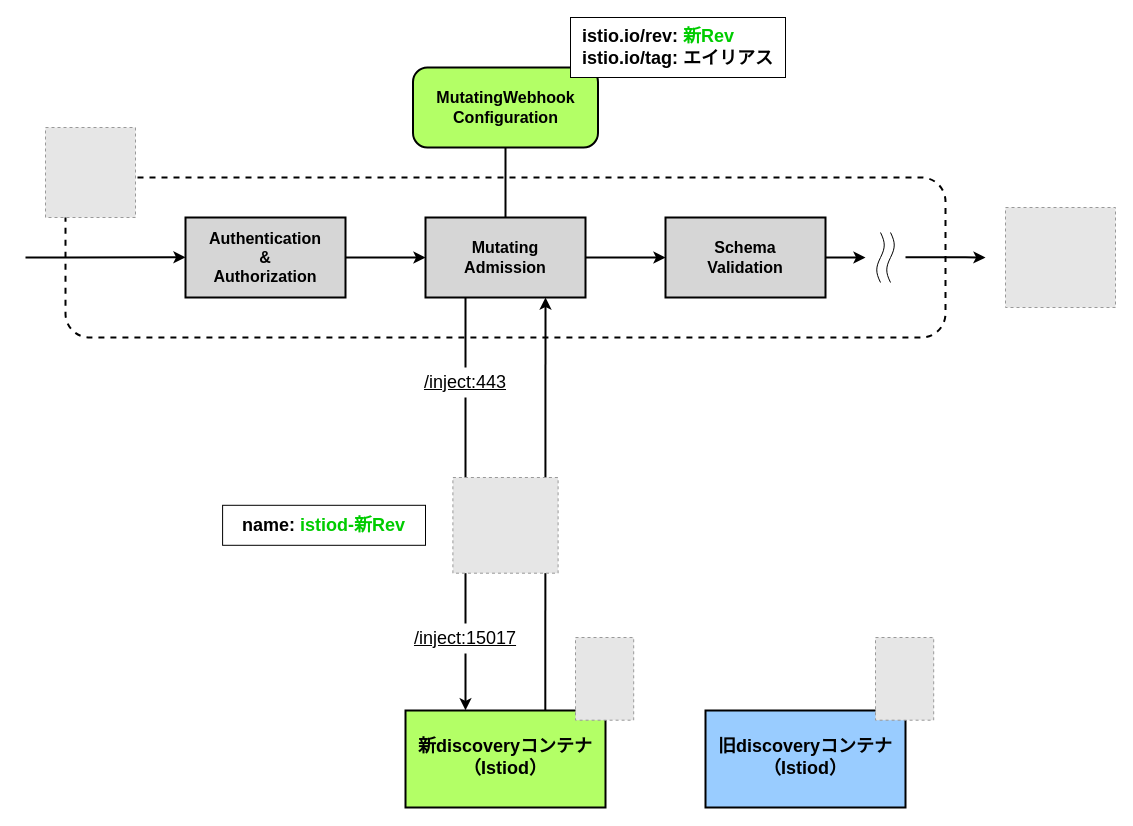
Before: page "istio_canary-upgrade_webhook_3" (14 of 14) of images/drawio/istio/upgrade_istio.drawio in hiroki-it/tech-notebook-images, a draw.io diagram. Source tidied: cells renumbered, new cells numbered last; positions are measured from the earlier drawing's top-left corner, leaving out a move shared by most shapes. Both pictures are drawn from the tidied source at 100%, with x=0, y=0 at pixel (25, 17). Pictures stored in the file or linked from it are replaced by grey dashed boxes.
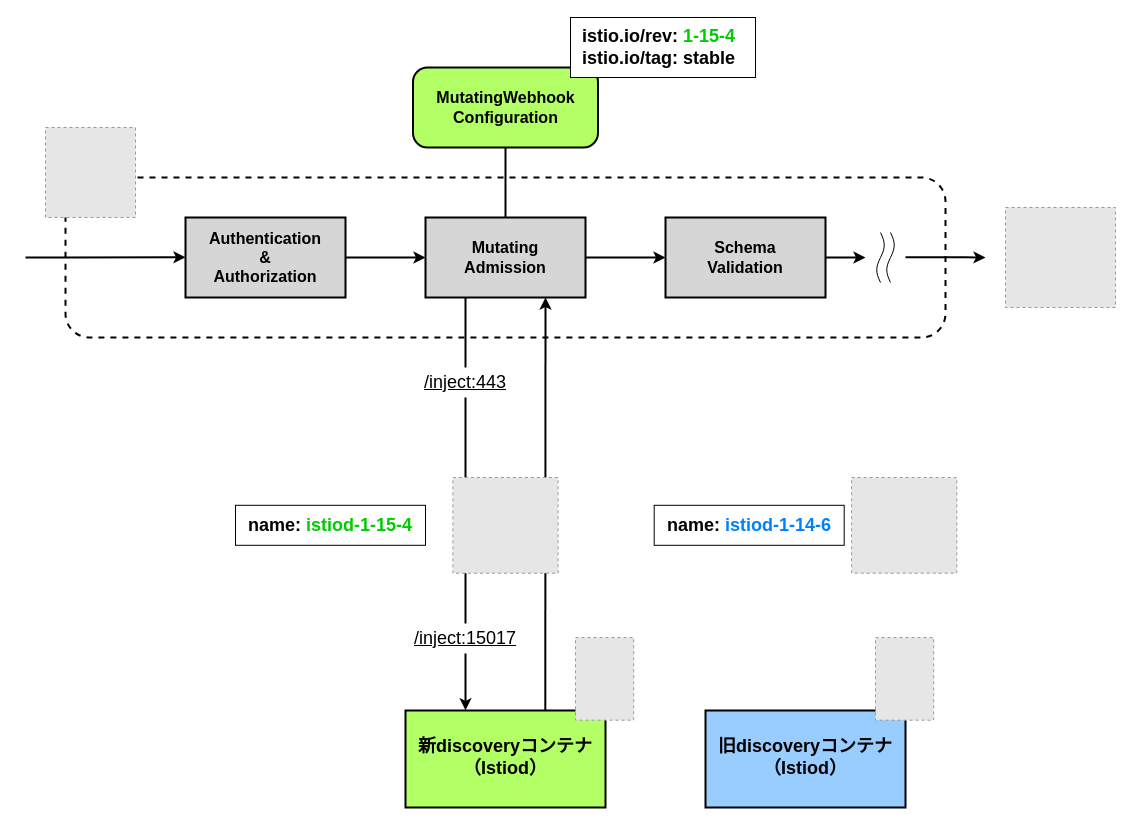
After the change.

What changed in the source:
```diff
@@
-    <mxCell id="28" value="&lt;div style=&quot;&quot;&gt;&lt;b style=&quot;background-color: initial;&quot;&gt;&amp;nbsp; istio.io/rev: &lt;font color=&quot;#00cc00&quot;&gt;新Rev&lt;/font&gt;&lt;/b&gt;&lt;b style=&quot;color: rgb(0, 127, 255); background-color: initial;&quot;&gt;&amp;nbsp;&amp;nbsp;&lt;/b&gt;&lt;/div&gt;&lt;b&gt;&amp;nbsp; istio.io/tag: エイリアス&amp;nbsp;&amp;nbsp;&lt;/b&gt;" style="text;html=1;strokeColor=default;fillColor=default;align=left;verticalAlign=middle;whiteSpace=wrap;rounded=0;strokeWidth=1;fontSize=18;fontStyle=0;perimeterSpacing=1;" parent="1" vertex="1">
-      <mxGeometry x="545" width="215" height="60" as="geometry" />
+    <mxCell id="28" value="&lt;div style=&quot;&quot;&gt;&lt;b style=&quot;background-color: initial;&quot;&gt;&amp;nbsp; istio.io/rev: &lt;font color=&quot;#00cc00&quot;&gt;1-15-4&lt;/font&gt;&lt;/b&gt;&lt;b style=&quot;color: rgb(0, 127, 255); background-color: initial;&quot;&gt;&amp;nbsp;&amp;nbsp;&lt;/b&gt;&lt;/div&gt;&lt;b&gt;&amp;nbsp; istio.io/tag: stable&amp;nbsp;&amp;nbsp;&lt;/b&gt;" style="text;html=1;strokeColor=default;fillColor=default;align=left;verticalAlign=middle;whiteSpace=wrap;rounded=0;strokeWidth=1;fontSize=18;fontStyle=0;perimeterSpacing=1;" parent="1" vertex="1">
+      <mxGeometry x="545" width="185" height="60" as="geometry" />
     </mxCell>
@@
-    <mxCell id="30" value="&lt;span style=&quot;font-family: Helvetica; font-size: 18px; font-style: normal; font-variant-ligatures: normal; font-variant-caps: normal; letter-spacing: normal; orphans: 2; text-indent: 0px; text-transform: none; widows: 2; word-spacing: 0px; -webkit-text-stroke-width: 0px; text-decoration-thickness: initial; text-decoration-style: initial; text-decoration-color: initial; float: none; display: inline !important;&quot;&gt;&lt;b style=&quot;&quot;&gt;name: &lt;font color=&quot;#00cc00&quot;&gt;istiod-新Rev&lt;/font&gt;&lt;/b&gt;&lt;/span&gt;" style="text;whiteSpace=wrap;html=1;fontSize=18;align=center;labelBackgroundColor=none;fillColor=default;verticalAlign=middle;strokeColor=default;" parent="1" vertex="1">
-      <mxGeometry x="197.1" y="487.8" width="202.9" height="40" as="geometry" />
+    <mxCell id="30" value="&lt;span style=&quot;font-family: Helvetica; font-size: 18px; font-style: normal; font-variant-ligatures: normal; font-variant-caps: normal; letter-spacing: normal; orphans: 2; text-indent: 0px; text-transform: none; widows: 2; word-spacing: 0px; -webkit-text-stroke-width: 0px; text-decoration-thickness: initial; text-decoration-style: initial; text-decoration-color: initial; float: none; display: inline !important;&quot;&gt;&lt;b style=&quot;&quot;&gt;name: &lt;font color=&quot;#00cc00&quot;&gt;istiod-1-15-4&lt;/font&gt;&lt;/b&gt;&lt;/span&gt;" style="text;whiteSpace=wrap;html=1;fontSize=18;align=center;labelBackgroundColor=none;fillColor=default;verticalAlign=middle;strokeColor=default;" parent="1" vertex="1">
+      <mxGeometry x="210" y="487.8" width="190" height="40" as="geometry" />
     </mxCell>
+    <mxCell id="31" style="fillColor=#E6E6E6;strokeColor=#999999;dashed=1;" parent="1" vertex="1">
+      <mxGeometry x="826.1" y="460" width="105.2" height="95.7" as="geometry" />
+    </mxCell>
+    <mxCell id="32" value="&lt;span style=&quot;font-family: Helvetica; font-size: 18px; font-style: normal; font-variant-ligatures: normal; font-variant-caps: normal; letter-spacing: normal; orphans: 2; text-indent: 0px; text-transform: none; widows: 2; word-spacing: 0px; -webkit-text-stroke-width: 0px; text-decoration-thickness: initial; text-decoration-style: initial; text-decoration-color: initial; float: none; display: inline !important;&quot;&gt;&lt;b style=&quot;&quot;&gt;name:&lt;font color=&quot;#007fff&quot;&gt; istiod-1-14-6&lt;/font&gt;&lt;/b&gt;&lt;/span&gt;" style="text;whiteSpace=wrap;html=1;fontSize=18;align=center;labelBackgroundColor=none;fillColor=default;verticalAlign=middle;strokeColor=default;" parent="1" vertex="1">
+      <mxGeometry x="628.7" y="487.8" width="190" height="40" as="geometry" />
+    </mxCell>
```
